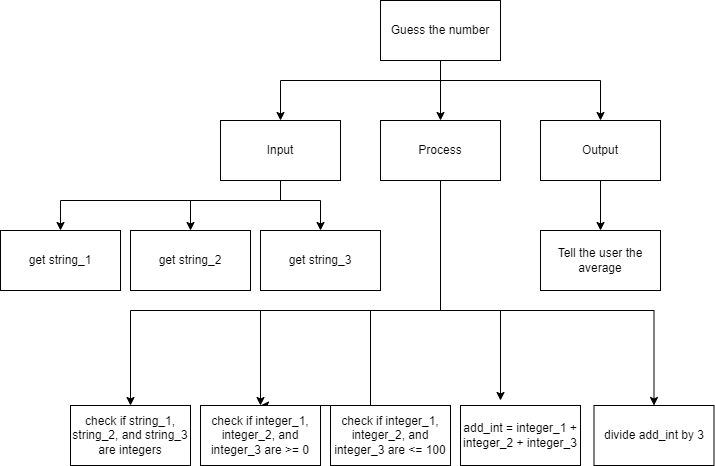
Before: top_down.png, a diagram exported from draw.io (Kyanh-Pham/Assignment-4-Python). Source tidied: cells renumbered, new cells last; positions are measured from the earlier drawing's top-left corner, leaving out a move shared by most shapes.
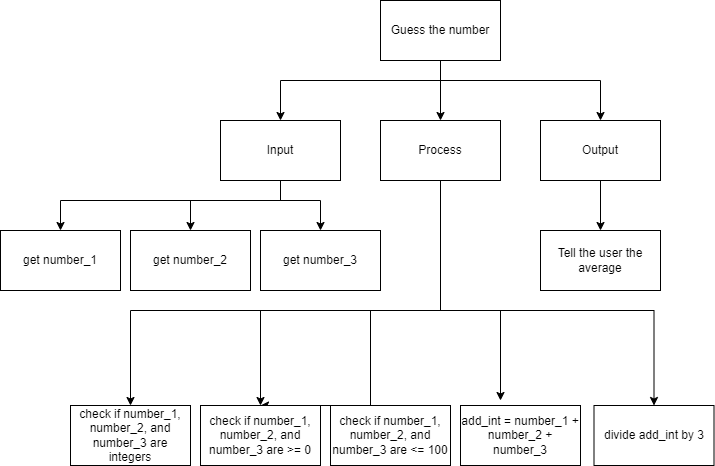
Above is the later version.

Diff of the diagram source:
```diff
@@ -101,31 +101,31 @@
     <mxCell id="17" value="Input" style="rounded=0;whiteSpace=wrap;html=1;" parent="1" vertex="1">
       <mxGeometry x="220" y="120" width="120" height="60" as="geometry" />
     </mxCell>
-    <mxCell id="18" value="get string_2" style="rounded=0;whiteSpace=wrap;html=1;" parent="1" vertex="1">
+    <mxCell id="18" value="get number_2" style="rounded=0;whiteSpace=wrap;html=1;" parent="1" vertex="1">
       <mxGeometry x="130" y="230" width="120" height="60" as="geometry" />
     </mxCell>
-    <mxCell id="19" value="check if integer_1, integer_2, and integer_3 are &amp;gt;= 0" style="rounded=0;whiteSpace=wrap;html=1;" parent="1" vertex="1">
+    <mxCell id="19" value="check if number_1, number_2, and number_3 are &amp;gt;= 0" style="rounded=0;whiteSpace=wrap;html=1;" parent="1" vertex="1">
       <mxGeometry x="200" y="405" width="120" height="60" as="geometry" />
     </mxCell>
     <mxCell id="20" value="Tell the user the average" style="rounded=0;whiteSpace=wrap;html=1;" parent="1" vertex="1">
       <mxGeometry x="540" y="230" width="120" height="60" as="geometry" />
     </mxCell>
-    <mxCell id="21" value="get string_3" style="rounded=0;whiteSpace=wrap;html=1;" parent="1" vertex="1">
+    <mxCell id="21" value="get number_3" style="rounded=0;whiteSpace=wrap;html=1;" parent="1" vertex="1">
       <mxGeometry x="260" y="230" width="120" height="60" as="geometry" />
     </mxCell>
-    <mxCell id="22" value="get string_1" style="rounded=0;whiteSpace=wrap;html=1;" parent="1" vertex="1">
+    <mxCell id="22" value="get number_1" style="rounded=0;whiteSpace=wrap;html=1;" parent="1" vertex="1">
       <mxGeometry y="230" width="120" height="60" as="geometry" />
     </mxCell>
-    <mxCell id="23" value="check if string_1, string_2, and string_3 are integers" style="rounded=0;whiteSpace=wrap;html=1;" parent="1" vertex="1">
+    <mxCell id="23" value="check if number_1, number_2, and number_3 are integers" style="rounded=0;whiteSpace=wrap;html=1;" parent="1" vertex="1">
       <mxGeometry x="70" y="405" width="120" height="60" as="geometry" />
     </mxCell>
-    <mxCell id="24" value="add_int = integer_1 + integer_2 + integer_3" style="rounded=0;whiteSpace=wrap;html=1;" parent="1" vertex="1">
+    <mxCell id="24" value="add_int = number_1 + number_2 + number_3" style="rounded=0;whiteSpace=wrap;html=1;" parent="1" vertex="1">
       <mxGeometry x="460" y="405" width="120" height="60" as="geometry" />
     </mxCell>
     <mxCell id="25" value="divide add_int by 3" style="rounded=0;whiteSpace=wrap;html=1;" parent="1" vertex="1">
       <mxGeometry x="593.5" y="405" width="120" height="60" as="geometry" />
     </mxCell>
-    <mxCell id="26" value="check if integer_1, integer_2, and integer_3 are &amp;lt;= 100" style="rounded=0;whiteSpace=wrap;html=1;" parent="1" vertex="1">
+    <mxCell id="26" value="check if number_1, number_2, and number_3 are&amp;nbsp;&amp;lt;= 100" style="rounded=0;whiteSpace=wrap;html=1;" parent="1" vertex="1">
       <mxGeometry x="330" y="405" width="120" height="60" as="geometry" />
     </mxCell>
   </root>
```
